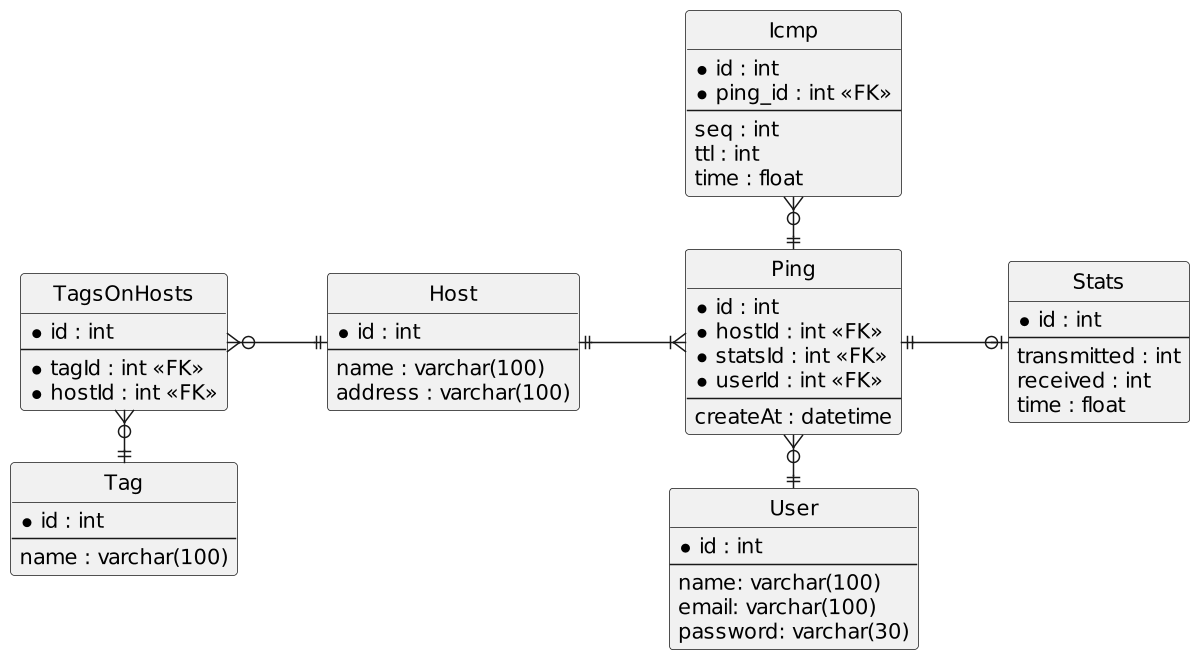
This is public/imgs/expressjs/prismajs-user/monitor-db-relations-physical-model.png from ifpb/dw, a PlantUML export, as it was before one commit. The source it was exported from:
```plantuml
@startuml
hide circle
scale 1.5
skinparam linetype ortho
skinparam monochrome true
left to right direction

entity "Tag" as tag {
  *id : int
  --
  name : varchar(100)
}

entity "TagsOnHosts" as tp {
  *id : int
  --
  *tagId : int <<FK>>
  *hostId : int <<FK>>
}

entity "Host" as host {
  *id : int
  --
  name : varchar(100)
  address : varchar(100)
}

entity "Ping" as ping {
  *id : int
  *hostId : int <<FK>>
  *statsId : int <<FK>>
  *userId : int <<FK>>
  --
  createAt : datetime
}

entity "Stats" as stats {
  *id : int
  --
  transmitted : int
  received : int
  time : float
}

entity "Icmp" as icmp {
  *id : int
  *ping_id : int <<FK>>
  --
  seq : int
  ttl : int
  time : float
}

entity "User" as user {
  *id : int
  --
  name: varchar(100)
  email: varchar(100)
  password: varchar(30)
}

tag ||-upo{ tp
tp }o--|| host
host ||--|{ ping
ping ||--o| stats
ping ||-upo{ icmp
user ||-upo{ ping
@enduml
```
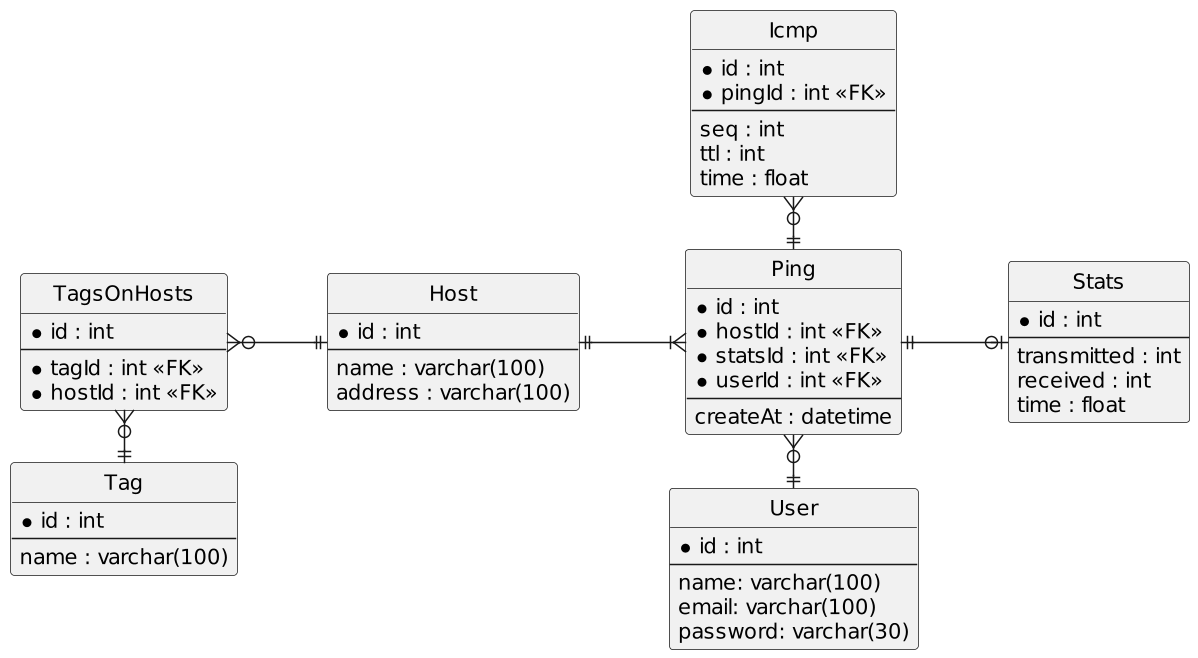
The same diagram one commit later.

Commit message:
ajuste do pingId nas imagens

What changed in the source:
```diff
@@ -44,7 +44,7 @@
 
 entity "Icmp" as icmp {
   *id : int
-  *ping_id : int <<FK>>
+  *pingId : int <<FK>>
   --
   seq : int
   ttl : int
```
